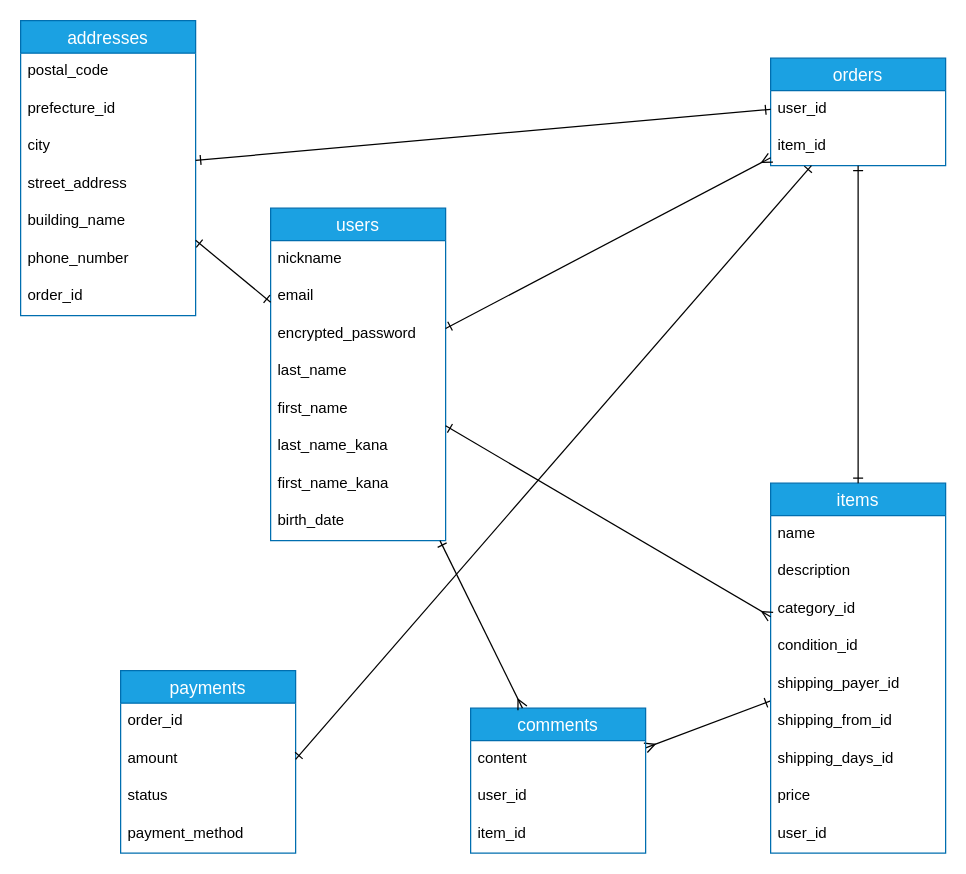
Above: Furima_ER_Diagram.dio in fatgranddad/furima-40477 (draw.io), before the change. Source tidied: cells renumbered, new cells numbered last; positions are measured from the earlier drawing's top-left corner, leaving out a move shared by most shapes. Both pictures are drawn from the tidied source at 125%, with x=0, y=0 at pixel (20, 20).
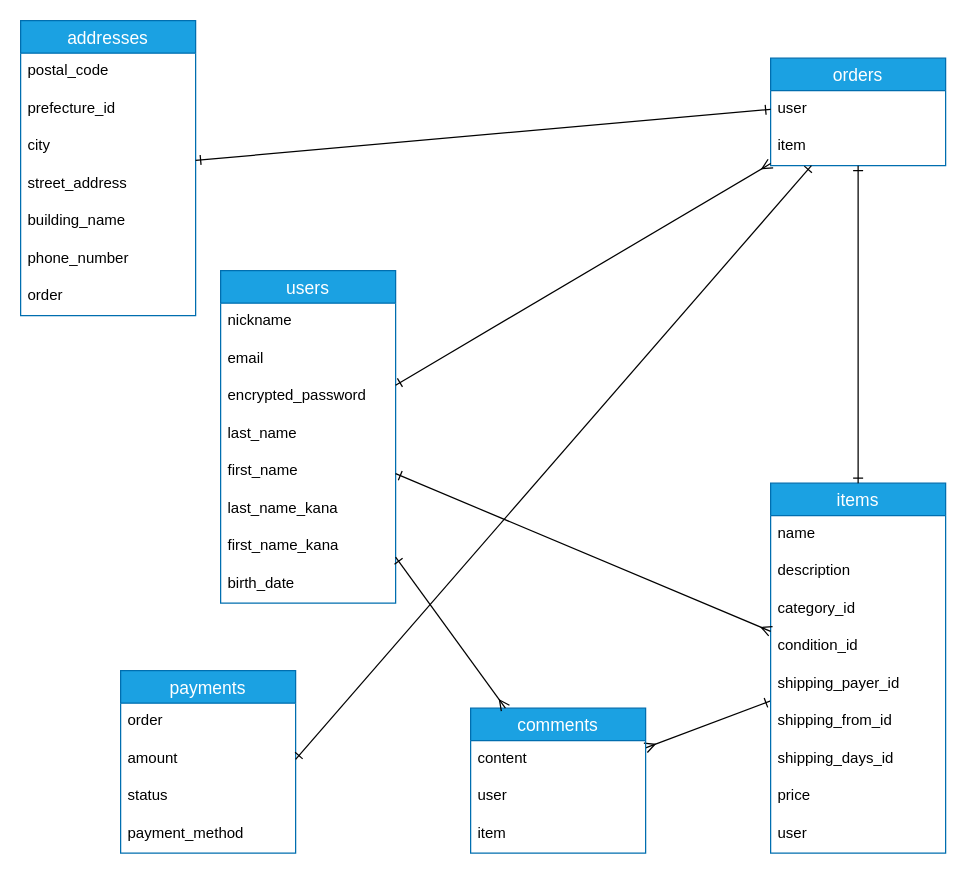
The same diagram, later.

The change refers to these unchanged cells:
```xml
<mxCell id="12" value="items" style="swimlane;fontStyle=0;horizontal=1;startSize=26;align=center;fontSize=14;fillColor=#1ba1e2;fontColor=#ffffff;strokeColor=#006EAF;" parent="1" vertex="1">
  <mxGeometry x="600" y="370" width="140" height="296" as="geometry" />
</mxCell>
<mxCell id="22" value="addresses" style="swimlane;fontStyle=0;horizontal=1;startSize=26;align=center;fontSize=14;fillColor=#1ba1e2;fontColor=#ffffff;strokeColor=#006EAF;" parent="1" vertex="1">
  <mxGeometry width="140" height="236" as="geometry" />
</mxCell>
<mxCell id="30" value="payments" style="swimlane;fontStyle=0;horizontal=1;startSize=26;align=center;fontSize=14;fillColor=#1ba1e2;fontColor=#ffffff;strokeColor=#006EAF;" parent="1" vertex="1">
  <mxGeometry x="80" y="520" width="140" height="146" as="geometry" />
</mxCell>
<mxCell id="35" value="comments" style="swimlane;fontStyle=0;horizontal=1;startSize=26;align=center;fontSize=14;fillColor=#1ba1e2;fontColor=#ffffff;strokeColor=#006EAF;" parent="1" vertex="1">
  <mxGeometry x="360" y="550" width="140" height="116" as="geometry" />
</mxCell>
<mxCell id="39" value="orders" style="swimlane;fontStyle=0;horizontal=1;startSize=26;align=center;fontSize=14;fillColor=#1ba1e2;fontColor=#ffffff;strokeColor=#006EAF;" parent="1" vertex="1">
  <mxGeometry x="600" y="30" width="140" height="86" as="geometry" />
</mxCell>
```

Change to the diagram source:
```diff
@@
     <mxCell id="2" value="users" style="swimlane;fontStyle=0;horizontal=1;startSize=26;align=center;fontSize=14;fillColor=#1ba1e2;fontColor=#ffffff;strokeColor=#006EAF;" parent="1" vertex="1">
-      <mxGeometry x="200" y="150" width="140" height="266" as="geometry" />
+      <mxGeometry x="160" y="200" width="140" height="266" as="geometry" />
     </mxCell>
@@
-    <mxCell id="21" value="user_id" style="text;strokeColor=none;fillColor=none;spacingLeft=4;spacingRight=4;overflow=hidden;fontSize=12;" parent="12" vertex="1">
+    <mxCell id="21" value="user" style="text;strokeColor=none;fillColor=none;spacingLeft=4;spacingRight=4;overflow=hidden;fontSize=12;" parent="12" vertex="1">
       <mxGeometry y="266" width="140" height="30" as="geometry" />
     </mxCell>
@@
-    <mxCell id="29" value="order_id" style="text;strokeColor=none;fillColor=none;spacingLeft=4;spacingRight=4;overflow=hidden;fontSize=12;" parent="22" vertex="1">
+    <mxCell id="29" value="order" style="text;strokeColor=none;fillColor=none;spacingLeft=4;spacingRight=4;overflow=hidden;fontSize=12;" parent="22" vertex="1">
       <mxGeometry y="206" width="140" height="30" as="geometry" />
     </mxCell>
@@
-    <mxCell id="31" value="order_id" style="text;strokeColor=none;fillColor=none;spacingLeft=4;spacingRight=4;overflow=hidden;fontSize=12;" parent="30" vertex="1">
+    <mxCell id="31" value="order" style="text;strokeColor=none;fillColor=none;spacingLeft=4;spacingRight=4;overflow=hidden;fontSize=12;" parent="30" vertex="1">
       <mxGeometry y="26" width="140" height="30" as="geometry" />
     </mxCell>
@@
-    <mxCell id="37" value="user_id" style="text;strokeColor=none;fillColor=none;spacingLeft=4;spacingRight=4;overflow=hidden;fontSize=12;" parent="35" vertex="1">
+    <mxCell id="37" value="user" style="text;strokeColor=none;fillColor=none;spacingLeft=4;spacingRight=4;overflow=hidden;fontSize=12;" parent="35" vertex="1">
       <mxGeometry y="56" width="140" height="30" as="geometry" />
     </mxCell>
-    <mxCell id="38" value="item_id" style="text;strokeColor=none;fillColor=none;spacingLeft=4;spacingRight=4;overflow=hidden;fontSize=12;" parent="35" vertex="1">
+    <mxCell id="38" value="item" style="text;strokeColor=none;fillColor=none;spacingLeft=4;spacingRight=4;overflow=hidden;fontSize=12;" parent="35" vertex="1">
       <mxGeometry y="86" width="140" height="30" as="geometry" />
     </mxCell>
@@
-    <mxCell id="40" value="user_id" style="text;strokeColor=none;fillColor=none;spacingLeft=4;spacingRight=4;overflow=hidden;points=[[0,0.5],[1,0.5]];portConstraint=eastwest;fontSize=12;" parent="39" vertex="1">
+    <mxCell id="40" value="user" style="text;strokeColor=none;fillColor=none;spacingLeft=4;spacingRight=4;overflow=hidden;points=[[0,0.5],[1,0.5]];portConstraint=eastwest;fontSize=12;" parent="39" vertex="1">
       <mxGeometry y="26" width="140" height="30" as="geometry" />
     </mxCell>
-    <mxCell id="41" value="item_id" style="text;strokeColor=none;fillColor=none;spacingLeft=4;spacingRight=4;overflow=hidden;fontSize=12;" parent="39" vertex="1">
+    <mxCell id="41" value="item" style="text;strokeColor=none;fillColor=none;spacingLeft=4;spacingRight=4;overflow=hidden;fontSize=12;" parent="39" vertex="1">
       <mxGeometry y="56" width="140" height="30" as="geometry" />
     </mxCell>
@@
-    <mxCell id="45" style="edgeStyle=none;html=1;startArrow=ERone;startFill=0;endArrow=ERone;endFill=0;" parent="1" edge="1" source="2" target="22">
-      <mxGeometry relative="1" as="geometry" />
-    </mxCell>
```
